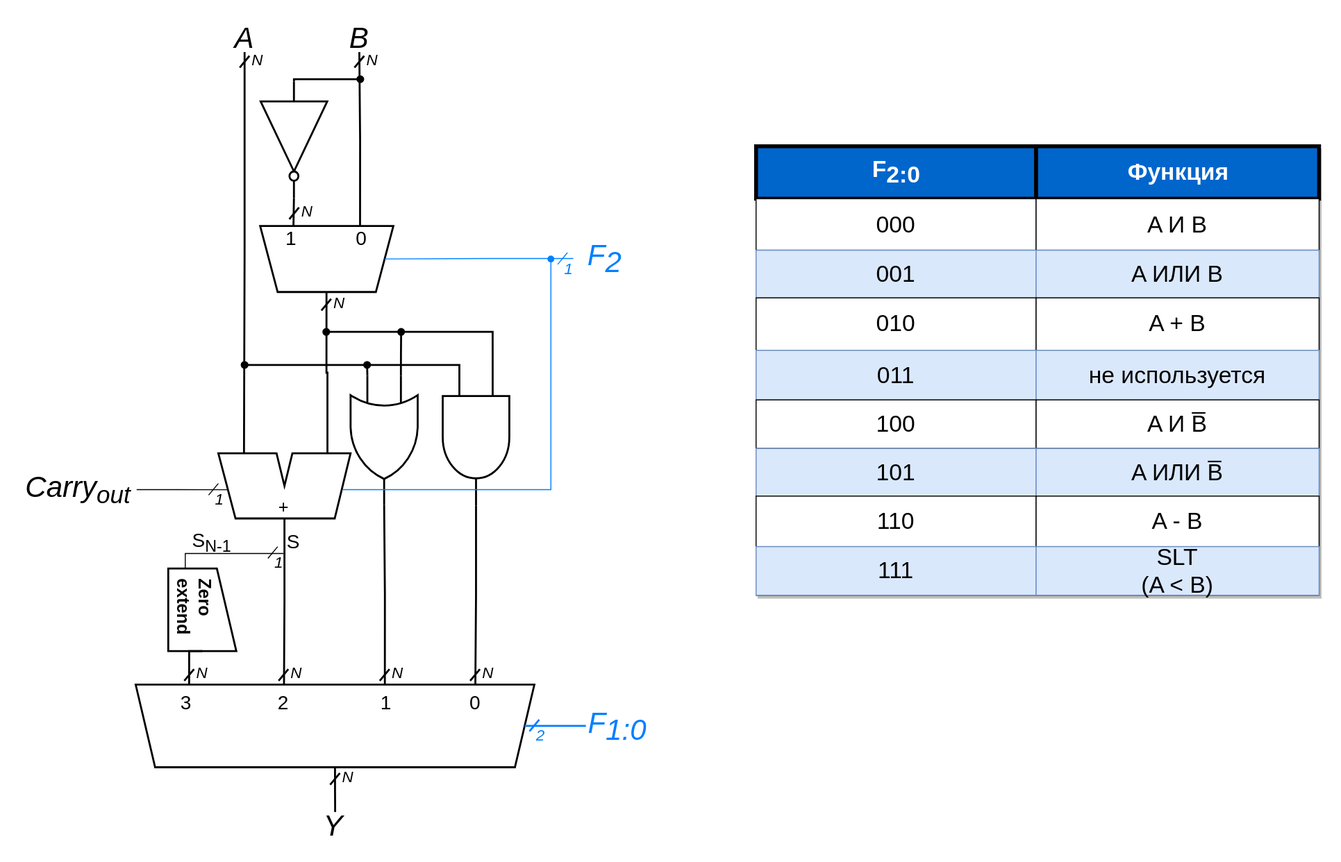
The draw.io diagram .pic/Labs/lab_02_alu/fig_02.drawio.svg in MPSU/APS, before a commit. Source tidied: cells renumbered, new cells last; positions are measured from the earlier drawing's top-left corner, leaving out a move shared by most shapes.
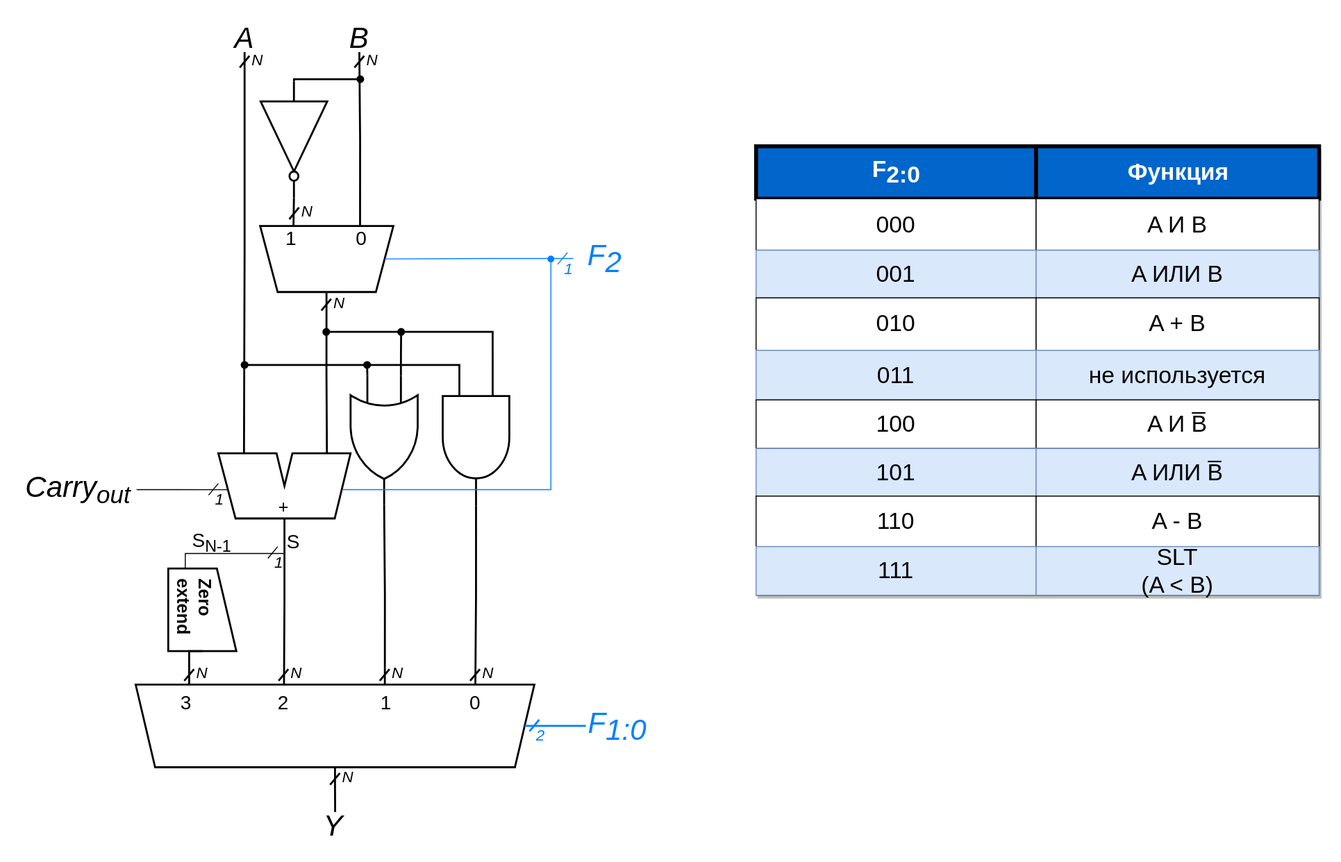
The same file after the commit.

Commit message:
ЛР2. СтилиПрÐСтилистическа я правка пикчи

What changed in the source:
```diff
@@ -130,7 +130,7 @@
     <mxCell id="30" style="edgeStyle=orthogonalEdgeStyle;rounded=0;jettySize=auto;html=1;exitX=0.5;exitY=1;exitDx=0;exitDy=0;entryX=0.194;entryY=0.004;entryDx=0;entryDy=0;entryPerimeter=0;endArrow=none;endFill=0;strokeWidth=2;" parent="1" edge="1" source="24" target="7">
       <mxGeometry relative="1" as="geometry" />
     </mxCell>
-    <mxCell id="31" style="edgeStyle=orthogonalEdgeStyle;rounded=0;jettySize=auto;html=1;exitX=0.498;exitY=-0.012;exitDx=0;exitDy=0;entryX=0.825;entryY=-0.007;entryDx=0;entryDy=0;entryPerimeter=0;endArrow=none;endFill=0;exitPerimeter=0;strokeWidth=2;" parent="1" edge="1" source="15" target="7">
+    <mxCell id="31" style="edgeStyle=orthogonalEdgeStyle;rounded=0;jettySize=auto;html=1;exitX=0.498;exitY=-0.012;exitDx=0;exitDy=0;endArrow=none;endFill=0;exitPerimeter=0;strokeWidth=2;entryX=0.821;entryY=-0.009;entryDx=0;entryDy=0;entryPerimeter=0;" parent="1" edge="1" source="15" target="7">
       <mxGeometry relative="1" as="geometry" />
     </mxCell>
     <mxCell id="32" style="edgeStyle=orthogonalEdgeStyle;rounded=0;jettySize=auto;html=1;entryX=0.943;entryY=0.558;entryDx=0;entryDy=0;entryPerimeter=0;strokeColor=#007FFF;endArrow=none;endFill=0;startArrow=oval;startFill=1;" parent="1" edge="1" target="7">
```
